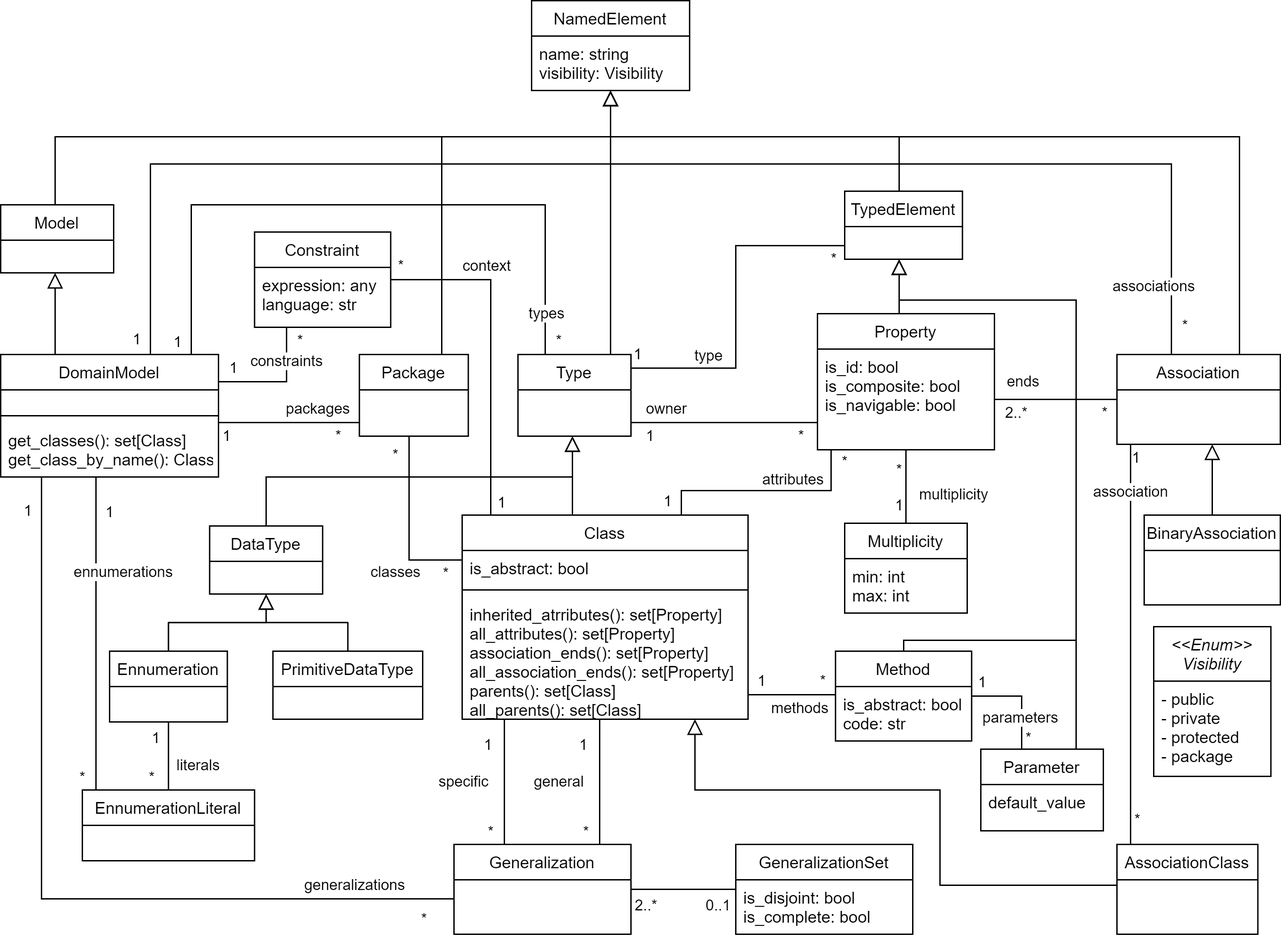
Above: docs/source/img/structural_mm.png in BESSER-PEARL/BESSER (draw.io), before the change. Source tidied: cells renumbered, new cells last; positions are measured from the earlier drawing's top-left corner, leaving out a move shared by most shapes.
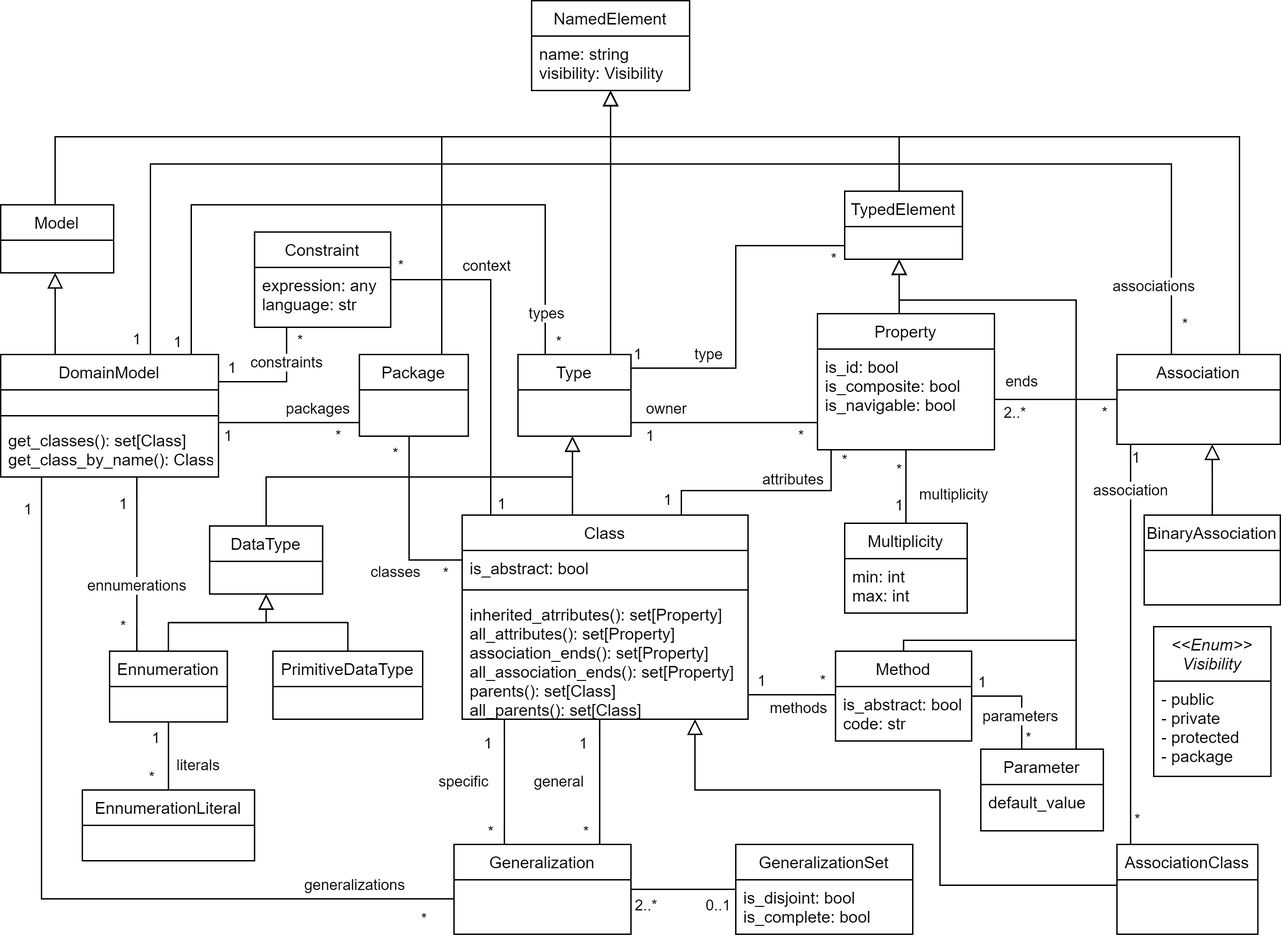
Later version of the same file.

Diff of the diagram source:
```diff
@@ -508,27 +508,27 @@
         <mxPoint x="-14" y="-6" as="offset" />
       </mxGeometry>
     </mxCell>
-    <mxCell id="105" style="endArrow=none;html=1;edgeStyle=orthogonalEdgeStyle;rounded=0;" parent="1" edge="1" source="63" target="100">
+    <mxCell id="105" style="endArrow=none;html=1;edgeStyle=orthogonalEdgeStyle;rounded=0;" parent="1" edge="1" source="63" target="98">
       <mxGeometry relative="1" as="geometry">
         <Array as="points">
-          <mxPoint x="70" y="570" />
-          <mxPoint x="70" y="570" />
+          <mxPoint x="100" y="430" />
+          <mxPoint x="100" y="430" />
         </Array>
       </mxGeometry>
     </mxCell>
     <mxCell id="106" value="ennumerations" style="edgeLabel;html=1;align=center;verticalAlign=middle;" parent="105" vertex="1">
       <mxGeometry x="0.2" y="-1" relative="1" as="geometry">
-        <mxPoint x="21" y="-68" as="offset" />
+        <mxPoint x="1" y="3" as="offset" />
       </mxGeometry>
     </mxCell>
     <mxCell id="107" value="1" style="edgeLabel;html=1;align=center;verticalAlign=middle;" parent="105" vertex="1">
       <mxGeometry x="-0.8" y="-1" relative="1" as="geometry">
-        <mxPoint x="11" y="2" as="offset" />
+        <mxPoint x="-9" y="7" as="offset" />
       </mxGeometry>
     </mxCell>
     <mxCell id="108" value="*" style="edgeLabel;html=1;align=center;verticalAlign=middle;" parent="105" vertex="1">
       <mxGeometry x="0.86" y="1" relative="1" as="geometry">
-        <mxPoint x="-11" y="6" as="offset" />
+        <mxPoint x="-11" y="-9" as="offset" />
       </mxGeometry>
     </mxCell>
     <mxCell id="109" value="Model" style="swimlane;fontStyle=0;horizontal=1;startSize=26;" parent="1" vertex="1">
```
